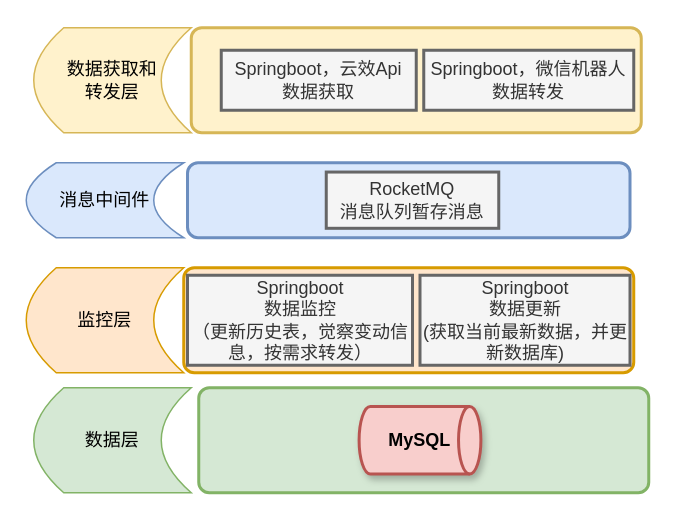
Above: Untitled Diagram.drawio in hqius/draw (draw.io), before the change. Source tidied: cells renumbered, new cells numbered last; positions are measured from the earlier drawing's top-left corner, leaving out a move shared by most shapes. Both pictures are drawn from the tidied source at 150%, with x=0, y=0 at pixel (26, 27).
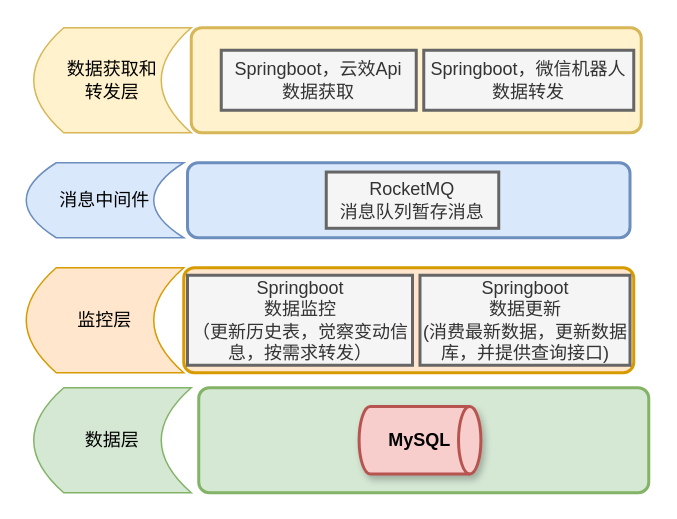
The same diagram, later.

The edit, as a diff of the source:
```diff
@@
 <mxGraphModel>
   <root>
     <mxCell id="0" />
     <mxCell id="1" parent="0" />
     <mxCell id="2" style="rounded=1;whiteSpace=wrap;html=1;absoluteArcSize=1;arcSize=14;strokeWidth=2;shadow=0;fillColor=#fff2cc;strokeColor=#d6b656;" parent="1" vertex="1">
       <mxGeometry x="110" width="300" height="70" as="geometry" />
     </mxCell>
     <mxCell id="3" style="rounded=1;whiteSpace=wrap;html=1;absoluteArcSize=1;arcSize=14;strokeWidth=2;shadow=0;fillColor=#d5e8d4;strokeColor=#82b366;" parent="1" vertex="1">
       <mxGeometry x="115" y="240" width="300" height="70" as="geometry" />
     </mxCell>
     <mxCell id="4" value="&lt;b&gt;MySQL&lt;/b&gt;" style="strokeWidth=2;html=1;shape=mxgraph.flowchart.direct_data;whiteSpace=wrap;shadow=1;fillColor=#f8cecc;strokeColor=#b85450;" parent="1" vertex="1">
       <mxGeometry x="221.9" y="252.5" width="81.2" height="45" as="geometry" />
     </mxCell>
     <mxCell id="5" style="edgeStyle=orthogonalEdgeStyle;rounded=0;jettySize=auto;html=1;exitX=0.25;exitY=0;exitDx=0;exitDy=0;entryX=0.141;entryY=0.986;entryDx=0;entryDy=0;entryPerimeter=0;strokeColor=none;endArrow=none;endFill=0;" parent="1" edge="1" source="6" target="8">
       <mxGeometry relative="1" as="geometry" />
     </mxCell>
     <mxCell id="6" style="rounded=1;whiteSpace=wrap;html=1;absoluteArcSize=1;arcSize=14;strokeWidth=2;shadow=0;fillColor=#ffe6cc;strokeColor=#d79b00;" parent="1" vertex="1">
       <mxGeometry x="105" y="160" width="300" height="70" as="geometry" />
     </mxCell>
     <mxCell id="7" value="Springboot&lt;br&gt;数据监控&lt;br&gt;（更新历史表，觉察变动信息，按需求转发）" style="rounded=0;whiteSpace=wrap;html=1;absoluteArcSize=1;arcSize=14;strokeWidth=2;shadow=0;fillColor=#f5f5f5;strokeColor=#666666;fontColor=#333333;" parent="1" vertex="1">
       <mxGeometry x="107.5" y="165" width="150" height="60" as="geometry" />
     </mxCell>
     <mxCell id="8" style="rounded=1;whiteSpace=wrap;html=1;absoluteArcSize=1;arcSize=14;strokeWidth=2;shadow=0;fillColor=#dae8fc;strokeColor=#6c8ebf;" parent="1" vertex="1">
       <mxGeometry x="107.5" y="90" width="295" height="50" as="geometry" />
     </mxCell>
     <mxCell id="9" value="Springboot，云效Api&lt;br&gt;数据获取" style="rounded=0;whiteSpace=wrap;html=1;absoluteArcSize=1;arcSize=14;strokeWidth=2;shadow=0;fillColor=#f5f5f5;strokeColor=#666666;fontColor=#333333;" parent="1" vertex="1">
       <mxGeometry x="130" y="15" width="130" height="40" as="geometry" />
     </mxCell>
     <mxCell id="10" value="Springboot，微信机器人&lt;br&gt;数据转发" style="rounded=0;whiteSpace=wrap;html=1;absoluteArcSize=1;arcSize=14;strokeWidth=2;shadow=0;fillColor=#f5f5f5;strokeColor=#666666;fontColor=#333333;" parent="1" vertex="1">
       <mxGeometry x="265" y="15" width="140" height="40" as="geometry" />
     </mxCell>
     <mxCell id="11" value="RocketMQ&lt;br&gt;消息队列暂存消息" style="rounded=0;whiteSpace=wrap;html=1;absoluteArcSize=1;arcSize=14;strokeWidth=2;shadow=0;fillColor=#f5f5f5;strokeColor=#666666;fontColor=#333333;" parent="1" vertex="1">
       <mxGeometry x="200" y="96.2" width="115" height="37.5" as="geometry" />
     </mxCell>
     <mxCell id="12" value="数据获取和&lt;br&gt;转发层" style="shape=dataStorage;whiteSpace=wrap;html=1;fixedSize=1;fillColor=#fff2cc;strokeColor=#d6b656;" parent="1" vertex="1">
       <mxGeometry x="5" width="105" height="70" as="geometry" />
     </mxCell>
     <mxCell id="13" value="&lt;span&gt;消息中间件&lt;/span&gt;" style="shape=dataStorage;whiteSpace=wrap;html=1;fixedSize=1;fillColor=#dae8fc;strokeColor=#6c8ebf;" parent="1" vertex="1">
       <mxGeometry y="90" width="105" height="50" as="geometry" />
     </mxCell>
     <mxCell id="14" value="&lt;span&gt;监控层&lt;/span&gt;" style="shape=dataStorage;whiteSpace=wrap;html=1;fixedSize=1;fillColor=#ffe6cc;strokeColor=#d79b00;" parent="1" vertex="1">
       <mxGeometry y="160" width="105" height="70" as="geometry" />
     </mxCell>
     <mxCell id="15" value="&lt;span&gt;数据层&lt;/span&gt;" style="shape=dataStorage;whiteSpace=wrap;html=1;fixedSize=1;fillColor=#d5e8d4;strokeColor=#82b366;" parent="1" vertex="1">
       <mxGeometry x="5" y="240" width="105" height="70" as="geometry" />
     </mxCell>
-    <mxCell id="16" value="Springboot&lt;br&gt;数据更新&lt;br&gt;(获取当前最新数据，并更新数据库)" style="rounded=0;whiteSpace=wrap;html=1;absoluteArcSize=1;arcSize=14;strokeWidth=2;shadow=0;fillColor=#f5f5f5;strokeColor=#666666;fontColor=#333333;" parent="1" vertex="1">
+    <mxCell id="16" value="Springboot&lt;br&gt;数据更新&lt;br&gt;(消费最新数据，更新数据库，并提供查询接口)" style="rounded=0;whiteSpace=wrap;html=1;absoluteArcSize=1;arcSize=14;strokeWidth=2;shadow=0;fillColor=#f5f5f5;strokeColor=#666666;fontColor=#333333;" parent="1" vertex="1">
       <mxGeometry x="262.5" y="165" width="140" height="60" as="geometry" />
     </mxCell>
   </root>
 </mxGraphModel>
```
